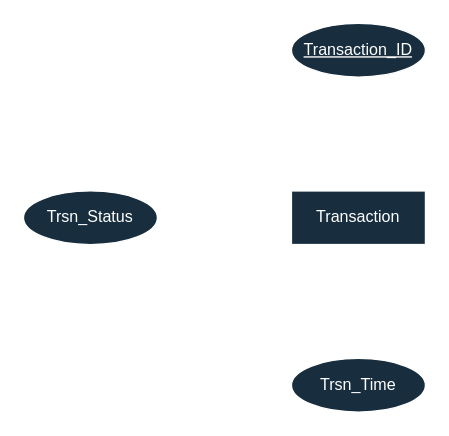
This is page "transaction" (3 of 10) of ER.drawio from VenkataSaiRahulSunkari/CS631011-Project, a draw.io file, before an edit. Source tidied: cells renumbered, new cells numbered last; positions are measured from the earlier drawing's top-left corner, leaving out a move shared by most shapes. Both pictures are drawn from the tidied source at 134%, with x=0, y=0 at pixel (23, 23).
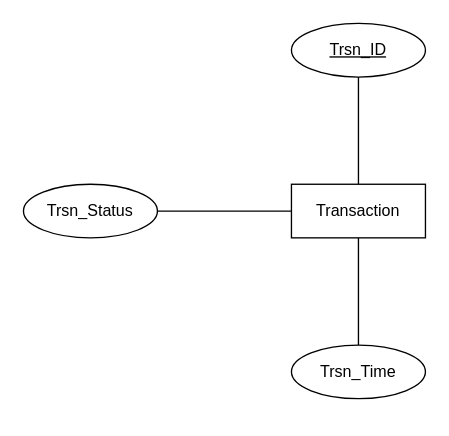
After the change.

The edit, as a diff of the source:
```diff
@@
 <mxGraphModel>
   <root>
     <mxCell id="0" />
     <mxCell id="1" parent="0" />
+    <mxCell id="6" style="edgeStyle=orthogonalEdgeStyle;rounded=0;jettySize=auto;html=1;entryX=0.5;entryY=1;entryDx=0;entryDy=0;endArrow=none;endFill=0;" parent="1" edge="1" source="2" target="3">
+      <mxGeometry relative="1" as="geometry" />
+    </mxCell>
+    <mxCell id="7" style="edgeStyle=orthogonalEdgeStyle;rounded=0;jettySize=auto;html=1;endArrow=none;endFill=0;" parent="1" edge="1" source="2" target="5">
+      <mxGeometry relative="1" as="geometry" />
+    </mxCell>
+    <mxCell id="8" style="edgeStyle=orthogonalEdgeStyle;rounded=0;jettySize=auto;html=1;endArrow=none;endFill=0;" parent="1" edge="1" source="2" target="4">
+      <mxGeometry relative="1" as="geometry" />
+    </mxCell>
-    <mxCell id="2" value="Transaction" style="whiteSpace=wrap;html=1;align=center;strokeColor=#FFFFFF;fontColor=#FFFFFF;fillColor=#182E3E;labelBackgroundColor=none;" parent="1" vertex="1">
-      <mxGeometry x="200" y="125" width="100" height="40" as="geometry" />
+    <mxCell id="2" value="Transaction" style="whiteSpace=wrap;html=1;align=center;labelBackgroundColor=none;" parent="1" vertex="1">
+      <mxGeometry x="200" y="120" width="100" height="40" as="geometry" />
     </mxCell>
-    <mxCell id="3" value="Transaction_ID" style="ellipse;whiteSpace=wrap;html=1;align=center;fontStyle=4;labelBackgroundColor=none;fillColor=#182E3E;strokeColor=#FFFFFF;fontColor=#FFFFFF;" parent="1" vertex="1">
+    <mxCell id="3" value="Trsn_ID" style="ellipse;whiteSpace=wrap;html=1;align=center;fontStyle=4;labelBackgroundColor=none;" parent="1" vertex="1">
       <mxGeometry x="200" width="100" height="40" as="geometry" />
     </mxCell>
-    <mxCell id="4" value="Trsn_Status" style="ellipse;whiteSpace=wrap;html=1;align=center;strokeColor=#FFFFFF;fontColor=#FFFFFF;fillColor=#182E3E;" parent="1" vertex="1">
-      <mxGeometry y="125" width="100" height="40" as="geometry" />
+    <mxCell id="4" value="Trsn_Status" style="ellipse;whiteSpace=wrap;html=1;align=center;labelBackgroundColor=none;" parent="1" vertex="1">
+      <mxGeometry y="120" width="100" height="40" as="geometry" />
     </mxCell>
-    <mxCell id="5" value="Trsn_Time" style="ellipse;whiteSpace=wrap;html=1;align=center;strokeColor=#FFFFFF;fontColor=#FFFFFF;fillColor=#182E3E;" parent="1" vertex="1">
-      <mxGeometry x="200" y="250" width="100" height="40" as="geometry" />
+    <mxCell id="5" value="Trsn_Time" style="ellipse;whiteSpace=wrap;html=1;align=center;labelBackgroundColor=none;" parent="1" vertex="1">
+      <mxGeometry x="200" y="240" width="100" height="40" as="geometry" />
     </mxCell>
   </root>
 </mxGraphModel>
```
